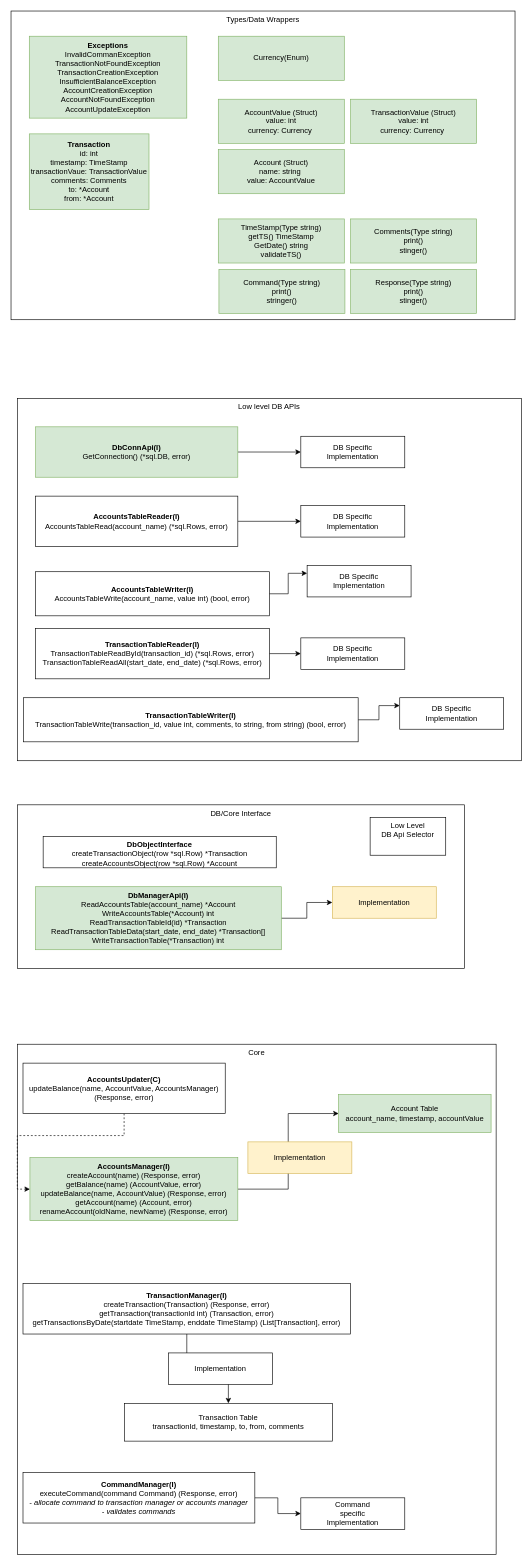
This is page "LLD" (2 of 3) of architecture/personal_finance_utility.drawio from pogo420/persofin, a draw.io file, before an edit. Source tidied: cells renumbered, new cells numbered last; positions are measured from the earlier drawing's top-left corner, leaving out a move shared by most shapes. Both pictures are drawn from the tidied source at 63%, with x=0, y=0 at pixel (11, 11).
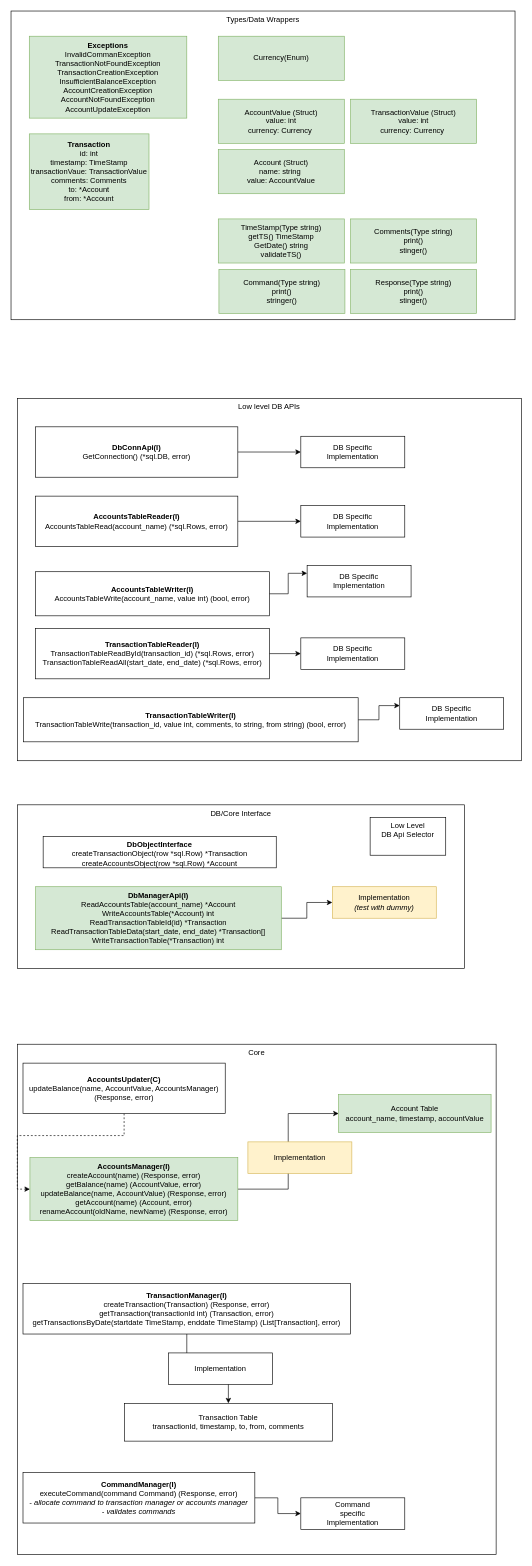
The same diagram, later.

What changed in the source:
```diff
@@
-    <mxCell id="42" value="&lt;b&gt;DbConnApi(I)&lt;br&gt;&lt;/b&gt;GetConnection() (*sql.DB, error)" style="rounded=0;whiteSpace=wrap;html=1;fillColor=#d5e8d4;strokeColor=#82b366;" parent="1" vertex="1">
+    <mxCell id="42" value="&lt;b&gt;DbConnApi(I)&lt;br&gt;&lt;/b&gt;GetConnection() (*sql.DB, error)" style="rounded=0;whiteSpace=wrap;html=1;" parent="1" vertex="1">
       <mxGeometry x="39" y="660" width="321" height="80" as="geometry" />
     </mxCell>
@@
-    <mxCell id="48" value="&lt;span style=&quot;font-weight: normal&quot;&gt;Implementation&lt;/span&gt;" style="rounded=0;whiteSpace=wrap;html=1;fontStyle=1;fillColor=#fff2cc;strokeColor=#d6b656;" parent="1" vertex="1">
+    <mxCell id="48" value="&lt;span style=&quot;font-weight: normal&quot;&gt;Implementation&lt;br&gt;&lt;i&gt;(test with dummy)&lt;/i&gt;&lt;br&gt;&lt;/span&gt;" style="rounded=0;whiteSpace=wrap;html=1;fontStyle=1;fillColor=#fff2cc;strokeColor=#d6b656;" parent="1" vertex="1">
       <mxGeometry x="510" y="1390" width="165" height="50" as="geometry" />
     </mxCell>
```
